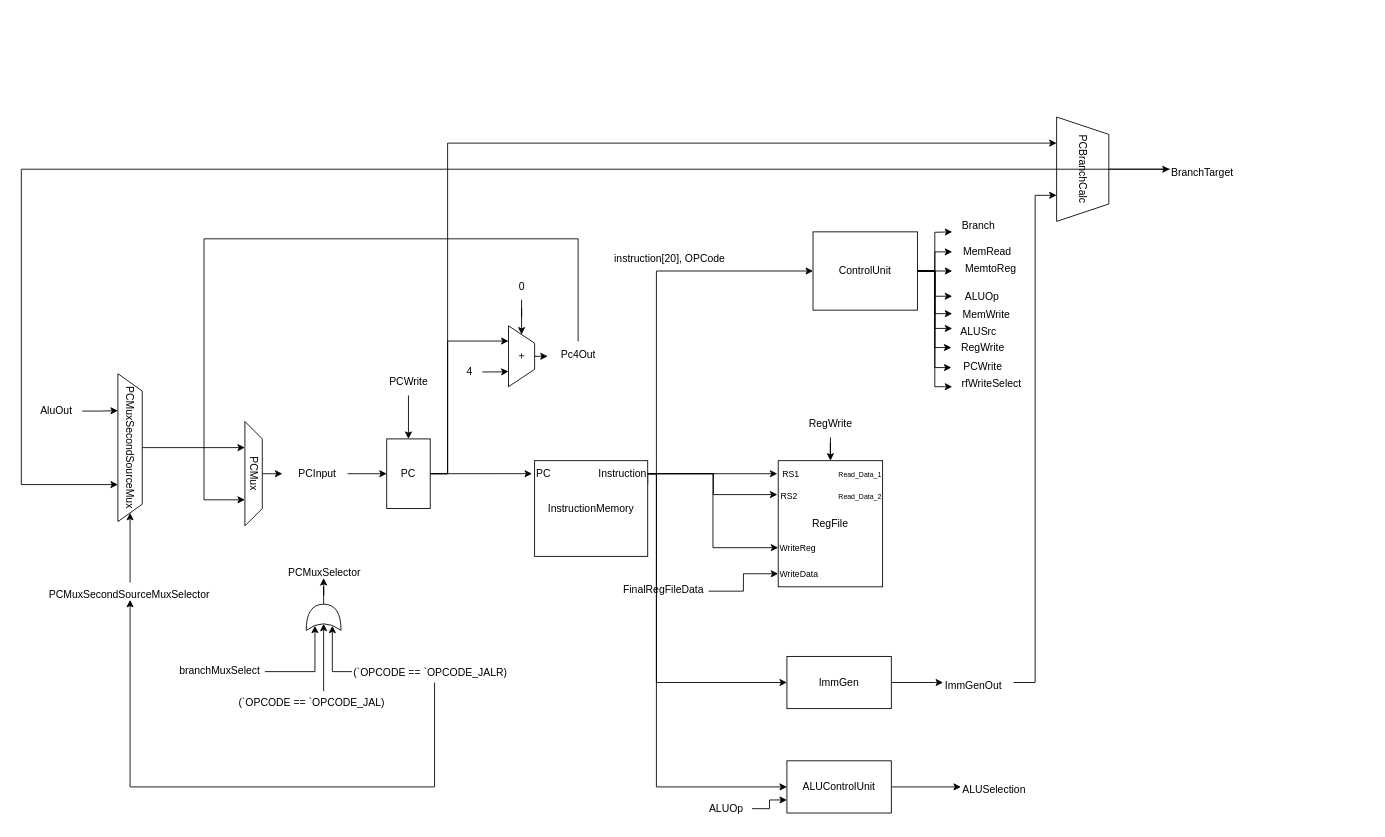
F23-Omar-Bavly-Architecture/pipelinedRV32 keeps this draw.io diagram as Diagram/pipelinedDiagram.drawio. Above is the earlier version. Source tidied: cells renumbered, new cells numbered last; positions are measured from the earlier drawing's top-left corner, leaving out a move shared by most shapes. Both pictures are drawn from the tidied source at 87%, with x=0, y=0 at pixel (21, 143).
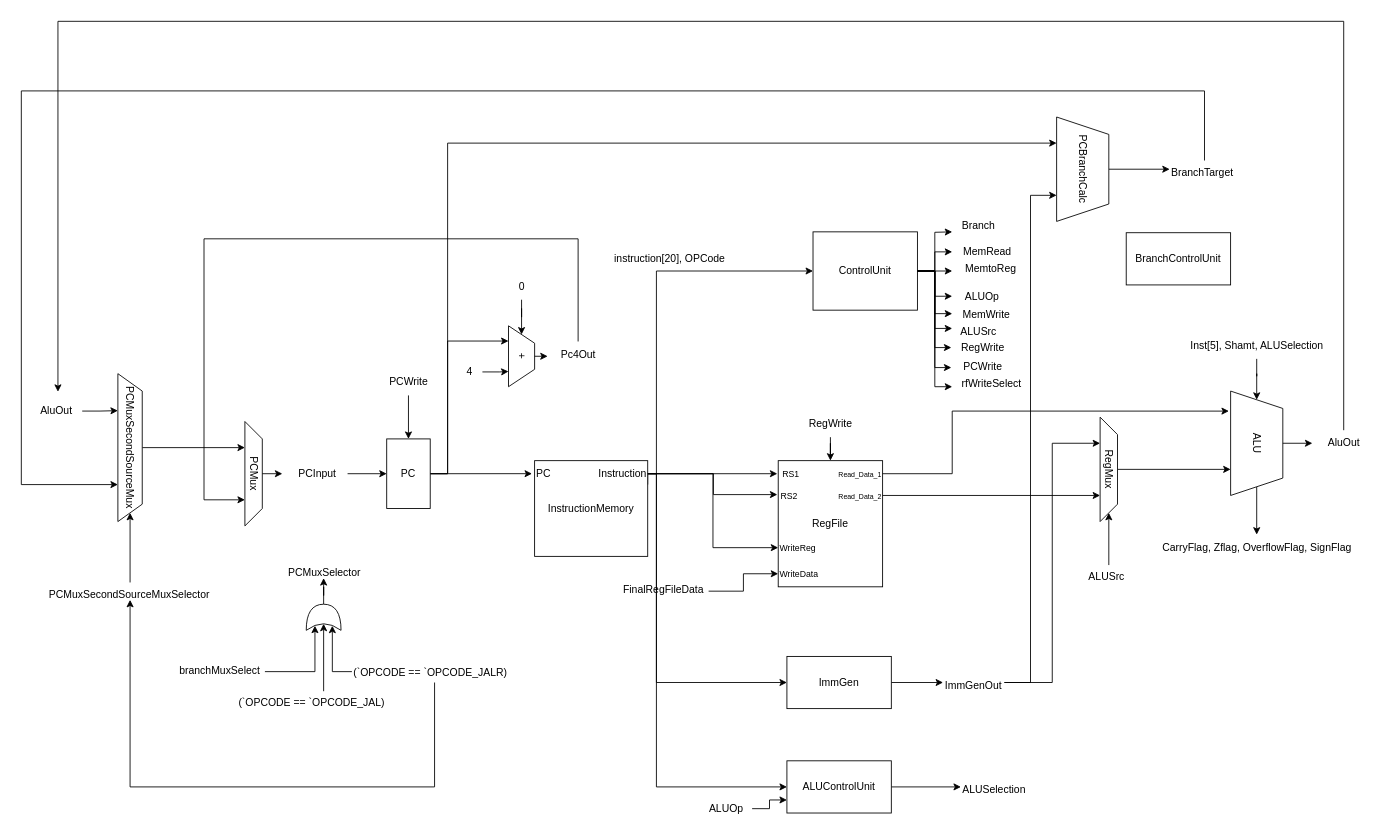
The same diagram, later.

Unchanged cells that the change refers to:
```xml
<mxCell id="50" value="&lt;font style=&quot;font-size: 8px;&quot;&gt;Read_Data_1&lt;/font&gt;" style="text;html=1;align=right;verticalAlign=middle;points=[];strokeColor=none;fillColor=none;" parent="44" vertex="1">
  <mxGeometry x="50" width="70" height="30" as="geometry" />
</mxCell>
<mxCell id="51" value="&lt;font style=&quot;font-size: 8px;&quot;&gt;Read_Data_2&lt;/font&gt;" style="text;html=1;align=right;verticalAlign=middle;points=[];strokeColor=none;fillColor=none;" parent="44" vertex="1">
  <mxGeometry x="50" y="25" width="70" height="30" as="geometry" />
</mxCell>
<mxCell id="72" value="BranchTarget" style="text;whiteSpace=wrap;" parent="1" vertex="1">
  <mxGeometry x="1320" y="20" width="80" height="20" as="geometry" />
</mxCell>
<mxCell id="86" value="PCMuxSecondSourceMux" style="shape=trapezoid;perimeter=trapezoidPerimeter;whiteSpace=wrap;html=1;fixedSize=1;rotation=90;" parent="1" vertex="1">
  <mxGeometry x="40" y="336" width="170" height="28" as="geometry" />
</mxCell>
<mxCell id="88" value="AluOut" style="text;html=1;align=center;verticalAlign=middle;points=[];strokeColor=none;fillColor=none;" parent="1" vertex="1">
  <mxGeometry x="10" y="293" width="60" height="30" as="geometry" />
</mxCell>
```

Diff of the diagram source:
```diff
@@
+    <mxCell id="91" style="edgeStyle=orthogonalEdgeStyle;rounded=0;jettySize=auto;html=1;entryX=0.25;entryY=1;entryDx=0;entryDy=0;" parent="1" edge="1" source="62" target="93">
+      <mxGeometry relative="1" as="geometry" />
+    </mxCell>
     <mxCell id="62" value="ImmGenOut" style="text;whiteSpace=wrap;" parent="1" vertex="1">
-      <mxGeometry x="1059.5" y="610" width="81" height="20" as="geometry" />
+      <mxGeometry x="1059.5" y="610" width="70.5" height="20" as="geometry" />
     </mxCell>
@@
     <mxCell id="71" style="edgeStyle=orthogonalEdgeStyle;rounded=0;jettySize=auto;html=1;entryX=0.75;entryY=1;entryDx=0;entryDy=0;" parent="1" edge="1" source="72" target="86">
       <mxGeometry relative="1" as="geometry">
         <Array as="points">
-          <mxPoint y="30" />
+          <mxPoint x="1360" y="-60" />
+          <mxPoint y="-60" />
           <mxPoint y="393" />
         </Array>
       </mxGeometry>
     </mxCell>
@@
+    <mxCell id="92" style="edgeStyle=orthogonalEdgeStyle;rounded=0;jettySize=auto;html=1;entryX=0.75;entryY=1;entryDx=0;entryDy=0;" parent="1" edge="1" source="93" target="98">
+      <mxGeometry relative="1" as="geometry" />
+    </mxCell>
+    <mxCell id="93" value="RegMux" style="shape=trapezoid;perimeter=trapezoidPerimeter;whiteSpace=wrap;html=1;fixedSize=1;rotation=90;" parent="1" vertex="1">
+      <mxGeometry x="1190" y="365" width="120" height="20" as="geometry" />
+    </mxCell>
+    <mxCell id="94" style="edgeStyle=orthogonalEdgeStyle;rounded=0;jettySize=auto;html=1;entryX=0.75;entryY=1;entryDx=0;entryDy=0;" parent="1" edge="1" source="51" target="93">
+      <mxGeometry relative="1" as="geometry" />
+    </mxCell>
+    <mxCell id="95" style="edgeStyle=orthogonalEdgeStyle;rounded=0;jettySize=auto;html=1;entryX=1;entryY=0.5;entryDx=0;entryDy=0;" parent="1" edge="1" source="96" target="93">
+      <mxGeometry relative="1" as="geometry" />
+    </mxCell>
+    <mxCell id="96" value="ALUSrc" style="text;whiteSpace=wrap;" parent="1" vertex="1">
+      <mxGeometry x="1225" y="485" width="50" height="20" as="geometry" />
+    </mxCell>
+    <mxCell id="97" style="edgeStyle=orthogonalEdgeStyle;rounded=0;jettySize=auto;html=1;" parent="1" edge="1" source="98" target="102">
+      <mxGeometry relative="1" as="geometry" />
+    </mxCell>
+    <mxCell id="98" value="ALU" style="shape=trapezoid;perimeter=trapezoidPerimeter;whiteSpace=wrap;html=1;fixedSize=1;rotation=90;" parent="1" vertex="1">
+      <mxGeometry x="1360" y="315" width="120" height="60" as="geometry" />
+    </mxCell>
+    <mxCell id="99" style="edgeStyle=orthogonalEdgeStyle;rounded=0;jettySize=auto;html=1;entryX=0.192;entryY=1.033;entryDx=0;entryDy=0;entryPerimeter=0;" parent="1" edge="1" source="50" target="98">
+      <mxGeometry relative="1" as="geometry">
+        <Array as="points">
+          <mxPoint x="1070" y="380" />
+          <mxPoint x="1070" y="308" />
+        </Array>
+      </mxGeometry>
+    </mxCell>
+    <mxCell id="100" style="edgeStyle=orthogonalEdgeStyle;rounded=0;jettySize=auto;html=1;entryX=0;entryY=0.5;entryDx=0;entryDy=0;" parent="1" edge="1" source="101" target="98">
+      <mxGeometry relative="1" as="geometry" />
+    </mxCell>
+    <mxCell id="101" value="Inst[5], Shamt, ALUSelection" style="text;html=1;align=center;verticalAlign=middle;points=[];strokeColor=none;fillColor=none;" parent="1" vertex="1">
+      <mxGeometry x="1330" y="218" width="180" height="30" as="geometry" />
+    </mxCell>
+    <mxCell id="102" value="CarryFlag,&amp;nbsp;Zflag,&amp;nbsp;OverflowFlag,&amp;nbsp;SignFlag" style="text;html=1;align=center;verticalAlign=middle;points=[];strokeColor=none;fillColor=none;" parent="1" vertex="1">
+      <mxGeometry x="1300" y="450" width="240" height="30" as="geometry" />
+    </mxCell>
+    <mxCell id="103" value="AluOut" style="text;html=1;align=center;verticalAlign=middle;points=[];strokeColor=none;fillColor=none;" parent="1" vertex="1">
+      <mxGeometry x="1490" y="330" width="60" height="30" as="geometry" />
+    </mxCell>
+    <mxCell id="104" style="edgeStyle=orthogonalEdgeStyle;rounded=0;jettySize=auto;html=1;entryX=-0.1;entryY=0.5;entryDx=0;entryDy=0;entryPerimeter=0;" parent="1" edge="1" source="98" target="103">
+      <mxGeometry relative="1" as="geometry" />
+    </mxCell>
+    <mxCell id="105" style="edgeStyle=orthogonalEdgeStyle;rounded=0;jettySize=auto;html=1;entryX=0.535;entryY=-0.239;entryDx=0;entryDy=0;entryPerimeter=0;" parent="1" edge="1" source="103" target="88">
+      <mxGeometry relative="1" as="geometry">
+        <Array as="points">
+          <mxPoint x="1520" y="-140" />
+          <mxPoint x="42" y="-140" />
+        </Array>
+      </mxGeometry>
+    </mxCell>
+    <mxCell id="106" value="BranchControlUnit" style="whiteSpace=wrap;html=1;" parent="1" vertex="1">
+      <mxGeometry x="1270" y="103" width="120" height="60" as="geometry" />
+    </mxCell>
```
